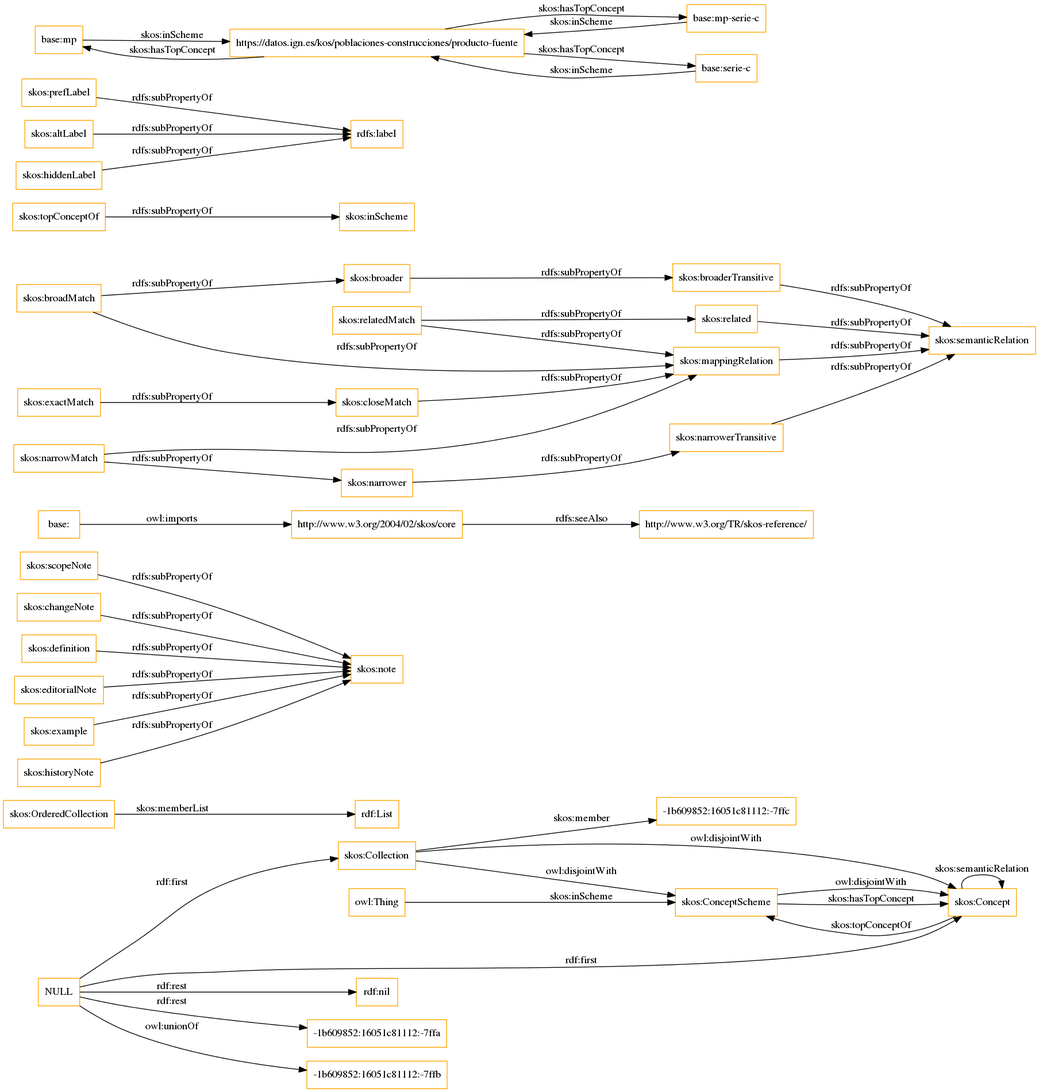
The Graphviz diagram OnToology/thesaurus/producto-fuente.owl/diagrams/ar2dtool-class/producto-fuente.owl.png in oeg-upm/ontology-BTN100, before a commit. Its source is kept beside it as OnToology/thesaurus/producto-fuente.owl/diagrams/ar2dtool-class/producto-fuente.owl.png.dot. Source of this version:
```dot
digraph ar2dtool_diagram {
rankdir=LR;
size="1501"
node [shape = rectangle, color="orange"]; "-1b609852:16051c81112:-7ffc" "skos:OrderedCollection" "skos:Collection" "skos:ConceptScheme" "skos:Concept" ; /*classes style*/
	"NULL" -> "rdf:nil" [ label = "rdf:rest" ];
	"NULL" -> "skos:Collection" [ label = "rdf:first" ];
	"NULL" -> "-1b609852:16051c81112:-7ffa" [ label = "rdf:rest" ];
	"NULL" -> "skos:Concept" [ label = "rdf:first" ];
	"NULL" -> "-1b609852:16051c81112:-7ffb" [ label = "owl:unionOf" ];
	"skos:scopeNote" -> "skos:note" [ label = "rdfs:subPropertyOf" ];
	"base:" -> "http://www.w3.org/2004/02/skos/core" [ label = "owl:imports" ];
	"skos:closeMatch" -> "skos:mappingRelation" [ label = "rdfs:subPropertyOf" ];
	"skos:relatedMatch" -> "skos:related" [ label = "rdfs:subPropertyOf" ];
	"skos:relatedMatch" -> "skos:mappingRelation" [ label = "rdfs:subPropertyOf" ];
	"skos:ConceptScheme" -> "skos:Concept" [ label = "owl:disjointWith" ];
	"skos:related" -> "skos:semanticRelation" [ label = "rdfs:subPropertyOf" ];
	"skos:topConceptOf" -> "skos:inScheme" [ label = "rdfs:subPropertyOf" ];
	"skos:broadMatch" -> "skos:broader" [ label = "rdfs:subPropertyOf" ];
	"skos:broadMatch" -> "skos:mappingRelation" [ label = "rdfs:subPropertyOf" ];
	"skos:changeNote" -> "skos:note" [ label = "rdfs:subPropertyOf" ];
	"skos:definition" -> "skos:note" [ label = "rdfs:subPropertyOf" ];
	"skos:editorialNote" -> "skos:note" [ label = "rdfs:subPropertyOf" ];
	"skos:example" -> "skos:note" [ label = "rdfs:subPropertyOf" ];
	"skos:historyNote" -> "skos:note" [ label = "rdfs:subPropertyOf" ];
	"skos:exactMatch" -> "skos:closeMatch" [ label = "rdfs:subPropertyOf" ];
	"skos:prefLabel" -> "rdfs:label" [ label = "rdfs:subPropertyOf" ];
	"skos:altLabel" -> "rdfs:label" [ label = "rdfs:subPropertyOf" ];
	"skos:broaderTransitive" -> "skos:semanticRelation" [ label = "rdfs:subPropertyOf" ];
	"base:mp" -> "https://datos.ign.es/kos/poblaciones-construcciones/producto-fuente" [ label = "skos:inScheme" ];
	"skos:broader" -> "skos:broaderTransitive" [ label = "rdfs:subPropertyOf" ];
	"skos:mappingRelation" -> "skos:semanticRelation" [ label = "rdfs:subPropertyOf" ];
	"base:mp-serie-c" -> "https://datos.ign.es/kos/poblaciones-construcciones/producto-fuente" [ label = "skos:inScheme" ];
	"skos:hiddenLabel" -> "rdfs:label" [ label = "rdfs:subPropertyOf" ];
	"http://www.w3.org/2004/02/skos/core" -> "http://www.w3.org/TR/skos-reference/" [ label = "rdfs:seeAlso" ];
	"https://datos.ign.es/kos/poblaciones-construcciones/producto-fuente" -> "base:serie-c" [ label = "skos:hasTopConcept" ];
	"https://datos.ign.es/kos/poblaciones-construcciones/producto-fuente" -> "base:mp-serie-c" [ label = "skos:hasTopConcept" ];
	"https://datos.ign.es/kos/poblaciones-construcciones/producto-fuente" -> "base:mp" [ label = "skos:hasTopConcept" ];
	"skos:Collection" -> "skos:ConceptScheme" [ label = "owl:disjointWith" ];
	"skos:Collection" -> "skos:Concept" [ label = "owl:disjointWith" ];
	"skos:narrowMatch" -> "skos:narrower" [ label = "rdfs:subPropertyOf" ];
	"skos:narrowMatch" -> "skos:mappingRelation" [ label = "rdfs:subPropertyOf" ];
	"skos:narrower" -> "skos:narrowerTransitive" [ label = "rdfs:subPropertyOf" ];
	"base:serie-c" -> "https://datos.ign.es/kos/poblaciones-construcciones/producto-fuente" [ label = "skos:inScheme" ];
	"skos:narrowerTransitive" -> "skos:semanticRelation" [ label = "rdfs:subPropertyOf" ];
	"skos:OrderedCollection" -> "rdf:List" [ label = "skos:memberList" ];
	"skos:Concept" -> "skos:ConceptScheme" [ label = "skos:topConceptOf" ];
	"skos:Concept" -> "skos:Concept" [ label = "skos:semanticRelation" ];
	"skos:Collection" -> "-1b609852:16051c81112:-7ffc" [ label = "skos:member" ];
	"skos:ConceptScheme" -> "skos:Concept" [ label = "skos:hasTopConcept" ];
	"owl:Thing" -> "skos:ConceptScheme" [ label = "skos:inScheme" ];

}
```
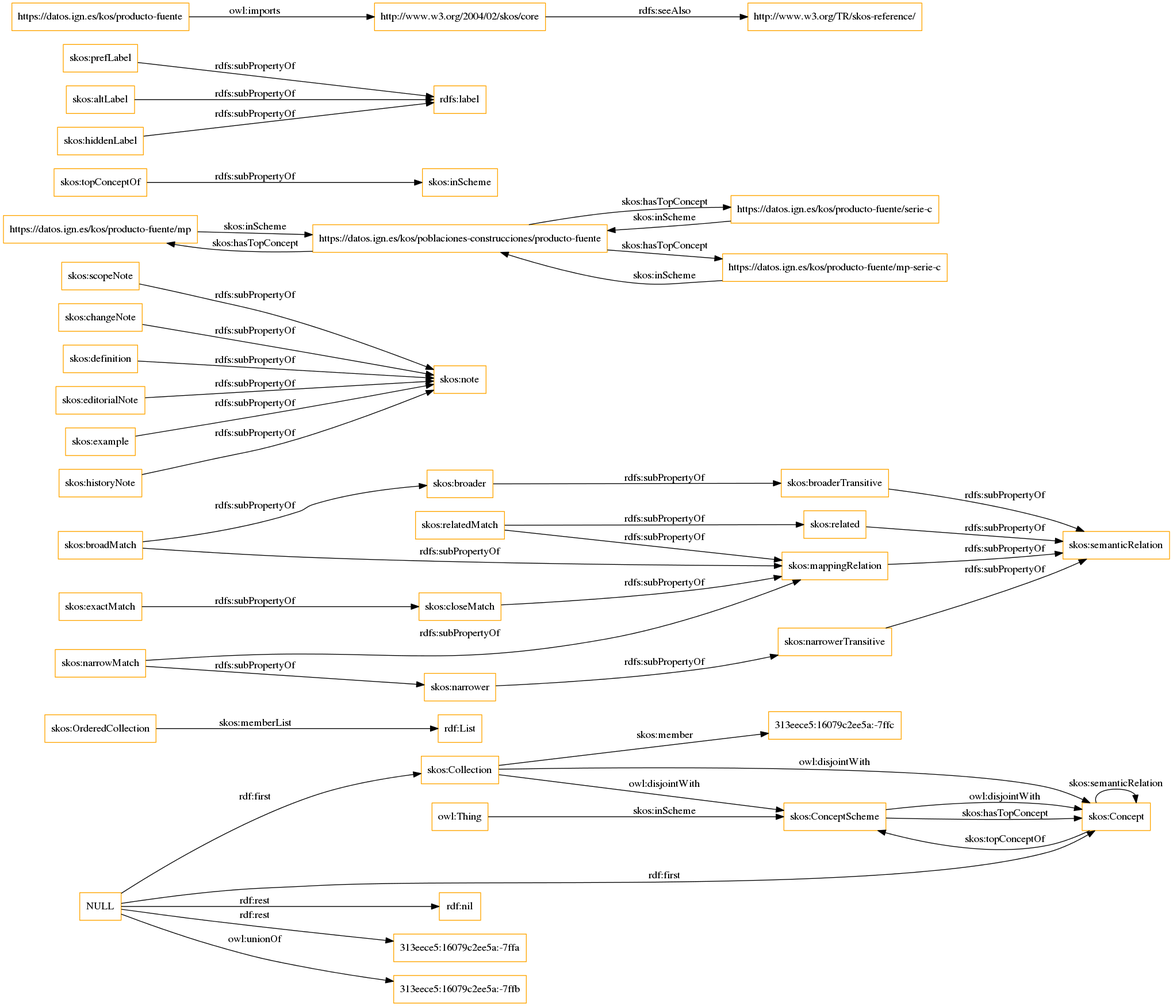
Later version of the same file.

The edit, as a diff of the source:
```diff
@@ -1,14 +1,10 @@
 digraph ar2dtool_diagram {
 rankdir=LR;
 size="1501"
-node [shape = rectangle, color="orange"]; "-1b609852:16051c81112:-7ffc" "skos:OrderedCollection" "skos:Collection" "skos:ConceptScheme" "skos:Concept" ; /*classes style*/
-	"NULL" -> "rdf:nil" [ label = "rdf:rest" ];
-	"NULL" -> "skos:Collection" [ label = "rdf:first" ];
-	"NULL" -> "-1b609852:16051c81112:-7ffa" [ label = "rdf:rest" ];
-	"NULL" -> "skos:Concept" [ label = "rdf:first" ];
-	"NULL" -> "-1b609852:16051c81112:-7ffb" [ label = "owl:unionOf" ];
+node [shape = rectangle, color="orange"]; "313eece5:16079c2ee5a:-7ffc" "skos:OrderedCollection" "skos:Collection" "skos:ConceptScheme" "skos:Concept" ; /*classes style*/
+	"skos:narrowerTransitive" -> "skos:semanticRelation" [ label = "rdfs:subPropertyOf" ];
 	"skos:scopeNote" -> "skos:note" [ label = "rdfs:subPropertyOf" ];
-	"base:" -> "http://www.w3.org/2004/02/skos/core" [ label = "owl:imports" ];
+	"https://datos.ign.es/kos/producto-fuente/mp" -> "https://datos.ign.es/kos/poblaciones-construcciones/producto-fuente" [ label = "skos:inScheme" ];
 	"skos:closeMatch" -> "skos:mappingRelation" [ label = "rdfs:subPropertyOf" ];
 	"skos:relatedMatch" -> "skos:related" [ label = "rdfs:subPropertyOf" ];
 	"skos:relatedMatch" -> "skos:mappingRelation" [ label = "rdfs:subPropertyOf" ];
@@ -26,26 +22,30 @@
 	"skos:prefLabel" -> "rdfs:label" [ label = "rdfs:subPropertyOf" ];
 	"skos:altLabel" -> "rdfs:label" [ label = "rdfs:subPropertyOf" ];
 	"skos:broaderTransitive" -> "skos:semanticRelation" [ label = "rdfs:subPropertyOf" ];
-	"base:mp" -> "https://datos.ign.es/kos/poblaciones-construcciones/producto-fuente" [ label = "skos:inScheme" ];
+	"skos:mappingRelation" -> "skos:semanticRelation" [ label = "rdfs:subPropertyOf" ];
+	"https://datos.ign.es/kos/producto-fuente" -> "http://www.w3.org/2004/02/skos/core" [ label = "owl:imports" ];
 	"skos:broader" -> "skos:broaderTransitive" [ label = "rdfs:subPropertyOf" ];
-	"skos:mappingRelation" -> "skos:semanticRelation" [ label = "rdfs:subPropertyOf" ];
-	"base:mp-serie-c" -> "https://datos.ign.es/kos/poblaciones-construcciones/producto-fuente" [ label = "skos:inScheme" ];
+	"https://datos.ign.es/kos/producto-fuente/serie-c" -> "https://datos.ign.es/kos/poblaciones-construcciones/producto-fuente" [ label = "skos:inScheme" ];
+	"https://datos.ign.es/kos/producto-fuente/mp-serie-c" -> "https://datos.ign.es/kos/poblaciones-construcciones/producto-fuente" [ label = "skos:inScheme" ];
 	"skos:hiddenLabel" -> "rdfs:label" [ label = "rdfs:subPropertyOf" ];
 	"http://www.w3.org/2004/02/skos/core" -> "http://www.w3.org/TR/skos-reference/" [ label = "rdfs:seeAlso" ];
-	"https://datos.ign.es/kos/poblaciones-construcciones/producto-fuente" -> "base:serie-c" [ label = "skos:hasTopConcept" ];
-	"https://datos.ign.es/kos/poblaciones-construcciones/producto-fuente" -> "base:mp-serie-c" [ label = "skos:hasTopConcept" ];
-	"https://datos.ign.es/kos/poblaciones-construcciones/producto-fuente" -> "base:mp" [ label = "skos:hasTopConcept" ];
+	"https://datos.ign.es/kos/poblaciones-construcciones/producto-fuente" -> "https://datos.ign.es/kos/producto-fuente/serie-c" [ label = "skos:hasTopConcept" ];
+	"https://datos.ign.es/kos/poblaciones-construcciones/producto-fuente" -> "https://datos.ign.es/kos/producto-fuente/mp-serie-c" [ label = "skos:hasTopConcept" ];
+	"https://datos.ign.es/kos/poblaciones-construcciones/producto-fuente" -> "https://datos.ign.es/kos/producto-fuente/mp" [ label = "skos:hasTopConcept" ];
 	"skos:Collection" -> "skos:ConceptScheme" [ label = "owl:disjointWith" ];
 	"skos:Collection" -> "skos:Concept" [ label = "owl:disjointWith" ];
 	"skos:narrowMatch" -> "skos:narrower" [ label = "rdfs:subPropertyOf" ];
 	"skos:narrowMatch" -> "skos:mappingRelation" [ label = "rdfs:subPropertyOf" ];
 	"skos:narrower" -> "skos:narrowerTransitive" [ label = "rdfs:subPropertyOf" ];
-	"base:serie-c" -> "https://datos.ign.es/kos/poblaciones-construcciones/producto-fuente" [ label = "skos:inScheme" ];
-	"skos:narrowerTransitive" -> "skos:semanticRelation" [ label = "rdfs:subPropertyOf" ];
+	"NULL" -> "rdf:nil" [ label = "rdf:rest" ];
+	"NULL" -> "skos:Collection" [ label = "rdf:first" ];
+	"NULL" -> "313eece5:16079c2ee5a:-7ffa" [ label = "rdf:rest" ];
+	"NULL" -> "skos:Concept" [ label = "rdf:first" ];
+	"NULL" -> "313eece5:16079c2ee5a:-7ffb" [ label = "owl:unionOf" ];
 	"skos:OrderedCollection" -> "rdf:List" [ label = "skos:memberList" ];
 	"skos:Concept" -> "skos:ConceptScheme" [ label = "skos:topConceptOf" ];
 	"skos:Concept" -> "skos:Concept" [ label = "skos:semanticRelation" ];
-	"skos:Collection" -> "-1b609852:16051c81112:-7ffc" [ label = "skos:member" ];
+	"skos:Collection" -> "313eece5:16079c2ee5a:-7ffc" [ label = "skos:member" ];
 	"skos:ConceptScheme" -> "skos:Concept" [ label = "skos:hasTopConcept" ];
 	"owl:Thing" -> "skos:ConceptScheme" [ label = "skos:inScheme" ];
 
```
